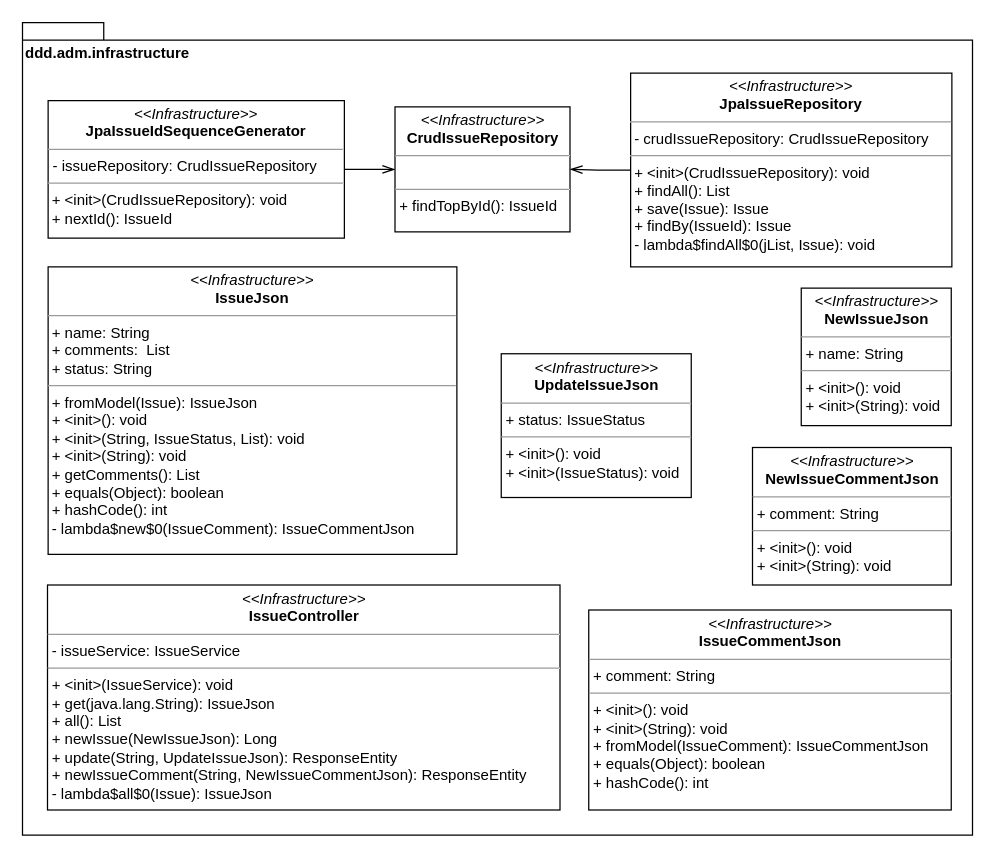
Earlier version of the draw.io diagram page "new-infrastructure" (4 of 7) of gfx/example/ddd/raw/uml-ddd.drawio (DanielKraft/bachelor-thesis). Source tidied: cells renumbered, new cells numbered last; positions are measured from the earlier drawing's top-left corner, leaving out a move shared by most shapes. Both pictures are drawn from the tidied source at 125%, with x=0, y=0 at pixel (22, 22).
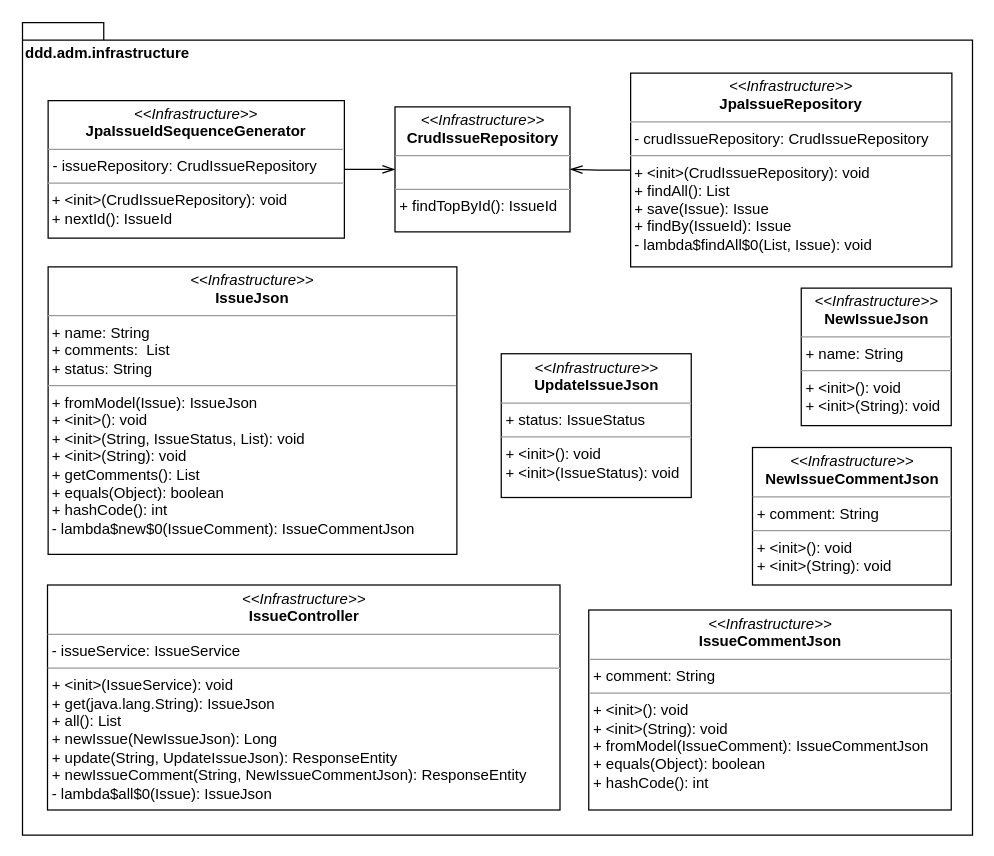
The same page after the edit.

The edit, as a diff of the source:
```diff
@@
 <mxGraphModel>
   <root>
     <mxCell id="0" />
     <mxCell id="1" parent="0" />
     <mxCell id="2" value="ddd.adm.infrastructure" style="shape=folder;fontStyle=1;spacingTop=10;tabWidth=40;tabHeight=14;tabPosition=left;html=1;verticalAlign=top;align=left;" parent="1" vertex="1">
       <mxGeometry x="-0.5" y="-0.5" width="760" height="650" as="geometry" />
     </mxCell>
     <mxCell id="3" value="&lt;p style=&quot;margin: 0px ; margin-top: 4px ; text-align: center&quot;&gt;&lt;i&gt;&amp;lt;&amp;lt;Infrastructure&amp;gt;&amp;gt;&lt;/i&gt;&lt;br&gt;&lt;b&gt;CrudIssueRepository&lt;/b&gt;&lt;/p&gt;&lt;hr size=&quot;1&quot;&gt;&lt;p style=&quot;margin: 0px ; margin-left: 4px&quot;&gt;&lt;br&gt;&lt;/p&gt;&lt;hr size=&quot;1&quot;&gt;&lt;div&gt;&amp;nbsp;+ findTopById(): IssueId&lt;/div&gt;" style="verticalAlign=top;align=left;overflow=fill;fontSize=12;fontFamily=Helvetica;html=1;" parent="1" vertex="1">
       <mxGeometry x="297.5" y="67" width="140" height="100" as="geometry" />
     </mxCell>
     <mxCell id="4" style="edgeStyle=orthogonalEdgeStyle;rounded=0;jettySize=auto;html=1;entryX=0;entryY=0.5;entryDx=0;entryDy=0;endArrow=openThin;endFill=0;endSize=8;startSize=8;" parent="1" edge="1" source="5" target="3">
       <mxGeometry relative="1" as="geometry" />
     </mxCell>
     <mxCell id="5" value="&lt;p style=&quot;margin: 0px ; margin-top: 4px ; text-align: center&quot;&gt;&lt;i&gt;&amp;lt;&amp;lt;Infrastructure&amp;gt;&amp;gt;&lt;/i&gt;&lt;br&gt;&lt;b&gt;JpaIssueIdSequenceGenerator&lt;/b&gt;&lt;/p&gt;&lt;hr size=&quot;1&quot;&gt;&lt;p style=&quot;margin: 0px ; margin-left: 4px&quot;&gt;- issueRepository: CrudIssueRepository&lt;br&gt;&lt;/p&gt;&lt;hr size=&quot;1&quot;&gt;&lt;div&gt;&amp;nbsp;+ &amp;lt;init&amp;gt;(CrudIssueRepository): void&lt;/div&gt;&lt;div&gt;&amp;nbsp;+ nextId(): IssueId&lt;/div&gt;" style="verticalAlign=top;align=left;overflow=fill;fontSize=12;fontFamily=Helvetica;html=1;" parent="1" vertex="1">
       <mxGeometry x="20" y="62" width="237" height="110" as="geometry" />
     </mxCell>
     <mxCell id="6" style="edgeStyle=orthogonalEdgeStyle;rounded=0;jettySize=auto;html=1;startSize=8;endArrow=openThin;endFill=0;endSize=8;entryX=1;entryY=0.5;entryDx=0;entryDy=0;" parent="1" edge="1" source="7" target="3">
       <mxGeometry relative="1" as="geometry">
         <Array as="points">
           <mxPoint x="459.5" y="117.5" />
           <mxPoint x="459.5" y="117.5" />
         </Array>
       </mxGeometry>
     </mxCell>
-    <mxCell id="7" value="&lt;p style=&quot;margin: 0px ; margin-top: 4px ; text-align: center&quot;&gt;&lt;i&gt;&amp;lt;&amp;lt;Infrastructure&amp;gt;&amp;gt;&lt;/i&gt;&lt;br&gt;&lt;b&gt;JpaIssueRepository&lt;/b&gt;&lt;/p&gt;&lt;hr size=&quot;1&quot;&gt;&lt;div&gt;&amp;nbsp;- crudIssueRepository: CrudIssueRepository&lt;/div&gt;&lt;hr size=&quot;1&quot;&gt;&lt;div&gt;&amp;nbsp;+ &amp;lt;init&amp;gt;(CrudIssueRepository): void&lt;/div&gt;&lt;div&gt;&amp;nbsp;+ findAll(): List&lt;/div&gt;&lt;div&gt;&amp;nbsp;+ save(Issue): Issue&lt;/div&gt;&lt;div&gt;&amp;nbsp;+ findBy(IssueId): Issue&lt;/div&gt;&lt;div&gt;&amp;nbsp;- lambda$findAll$0(jList, Issue): void&lt;br&gt;&lt;/div&gt;" style="verticalAlign=top;align=left;overflow=fill;fontSize=12;fontFamily=Helvetica;html=1;" parent="1" vertex="1">
+    <mxCell id="7" value="&lt;p style=&quot;margin: 0px ; margin-top: 4px ; text-align: center&quot;&gt;&lt;i&gt;&amp;lt;&amp;lt;Infrastructure&amp;gt;&amp;gt;&lt;/i&gt;&lt;br&gt;&lt;b&gt;JpaIssueRepository&lt;/b&gt;&lt;/p&gt;&lt;hr size=&quot;1&quot;&gt;&lt;div&gt;&amp;nbsp;- crudIssueRepository: CrudIssueRepository&lt;/div&gt;&lt;hr size=&quot;1&quot;&gt;&lt;div&gt;&amp;nbsp;+ &amp;lt;init&amp;gt;(CrudIssueRepository): void&lt;/div&gt;&lt;div&gt;&amp;nbsp;+ findAll(): List&lt;/div&gt;&lt;div&gt;&amp;nbsp;+ save(Issue): Issue&lt;/div&gt;&lt;div&gt;&amp;nbsp;+ findBy(IssueId): Issue&lt;/div&gt;&lt;div&gt;&amp;nbsp;- lambda$findAll$0(List, Issue): void&lt;br&gt;&lt;/div&gt;" style="verticalAlign=top;align=left;overflow=fill;fontSize=12;fontFamily=Helvetica;html=1;" parent="1" vertex="1">
       <mxGeometry x="486" y="40" width="257" height="155" as="geometry" />
     </mxCell>
     <mxCell id="8" value="&lt;p style=&quot;margin: 0px ; margin-top: 4px ; text-align: center&quot;&gt;&lt;i&gt;&amp;lt;&amp;lt;&lt;/i&gt;&lt;i&gt;&lt;i&gt;Infrastructure&lt;/i&gt;&amp;gt;&amp;gt;&lt;/i&gt;&lt;br&gt;&lt;b&gt;UpdateIssueJson&lt;/b&gt;&lt;/p&gt;&lt;hr size=&quot;1&quot;&gt;&amp;nbsp;+ status: IssueStatus&lt;br&gt;&lt;hr size=&quot;1&quot;&gt;&lt;div&gt;&amp;nbsp;+ &amp;lt;init&amp;gt;(): void&lt;/div&gt;&lt;div&gt;&amp;nbsp;+ &amp;lt;init&amp;gt;(IssueStatus): void&lt;/div&gt;" style="verticalAlign=top;align=left;overflow=fill;fontSize=12;fontFamily=Helvetica;html=1;" parent="1" vertex="1">
       <mxGeometry x="382.5" y="264.5" width="152" height="115" as="geometry" />
     </mxCell>
     <mxCell id="9" value="&lt;p style=&quot;margin: 0px ; margin-top: 4px ; text-align: center&quot;&gt;&lt;i&gt;&amp;lt;&amp;lt;Infrastructure&amp;gt;&amp;gt;&lt;/i&gt;&lt;br&gt;&lt;b&gt;IssueController&lt;/b&gt;&lt;/p&gt;&lt;hr size=&quot;1&quot;&gt;&amp;nbsp;- issueService: IssueService&lt;hr size=&quot;1&quot;&gt;&lt;div&gt;&amp;nbsp;+ &amp;lt;init&amp;gt;(IssueService): void&lt;/div&gt;&lt;div&gt;&amp;nbsp;+ get(java.lang.String): IssueJson&lt;/div&gt;&lt;div&gt;&amp;nbsp;+ all(): List&lt;/div&gt;&lt;div&gt;&amp;nbsp;+ newIssue(NewIssueJson): Long&lt;/div&gt;&lt;div&gt;&amp;nbsp;+ update(String, UpdateIssueJson): ResponseEntity&lt;/div&gt;&lt;div&gt;&amp;nbsp;+ newIssueComment(String, NewIssueCommentJson): ResponseEntity&lt;/div&gt;&lt;div&gt;&amp;nbsp;- lambda$all$0(Issue): IssueJson&lt;/div&gt;" style="verticalAlign=top;align=left;overflow=fill;fontSize=12;fontFamily=Helvetica;html=1;" parent="1" vertex="1">
       <mxGeometry x="19.5" y="449.5" width="410" height="180" as="geometry" />
     </mxCell>
     <mxCell id="10" value="&lt;p style=&quot;margin: 0px ; margin-top: 4px ; text-align: center&quot;&gt;&lt;i&gt;&amp;lt;&amp;lt;&lt;/i&gt;&lt;i&gt;&lt;i&gt;Infrastructure&lt;/i&gt;&amp;gt;&amp;gt;&lt;/i&gt;&lt;br&gt;&lt;b&gt;NewIssueJson&lt;/b&gt;&lt;/p&gt;&lt;hr size=&quot;1&quot;&gt;&amp;nbsp;+ name: String&lt;br&gt;&lt;hr size=&quot;1&quot;&gt;&lt;div&gt;&amp;nbsp;+ &amp;lt;init&amp;gt;(): void&lt;/div&gt;&lt;div&gt;&amp;nbsp;+ &amp;lt;init&amp;gt;(String): void&lt;/div&gt;" style="verticalAlign=top;align=left;overflow=fill;fontSize=12;fontFamily=Helvetica;html=1;" parent="1" vertex="1">
       <mxGeometry x="622.5" y="212" width="120" height="110" as="geometry" />
     </mxCell>
     <mxCell id="11" value="&lt;p style=&quot;margin: 0px ; margin-top: 4px ; text-align: center&quot;&gt;&lt;i&gt;&amp;lt;&amp;lt;&lt;/i&gt;&lt;i&gt;&lt;i&gt;Infrastructure&lt;/i&gt;&amp;gt;&amp;gt;&lt;/i&gt;&lt;br&gt;&lt;b&gt;NewIssueCommentJson&lt;/b&gt;&lt;/p&gt;&lt;hr size=&quot;1&quot;&gt;&amp;nbsp;+ comment: String&lt;br&gt;&lt;hr size=&quot;1&quot;&gt;&lt;div&gt;&amp;nbsp;+ &amp;lt;init&amp;gt;(): void&lt;/div&gt;&lt;div&gt;&amp;nbsp;+ &amp;lt;init&amp;gt;(String): void&lt;/div&gt;" style="verticalAlign=top;align=left;overflow=fill;fontSize=12;fontFamily=Helvetica;html=1;" parent="1" vertex="1">
       <mxGeometry x="583.5" y="339.5" width="159" height="110" as="geometry" />
     </mxCell>
     <mxCell id="12" value="&lt;p style=&quot;margin: 0px ; margin-top: 4px ; text-align: center&quot;&gt;&lt;i&gt;&amp;lt;&amp;lt;&lt;/i&gt;&lt;i&gt;&lt;i&gt;Infrastructure&lt;/i&gt;&amp;gt;&amp;gt;&lt;/i&gt;&lt;br&gt;&lt;b&gt;IssueCommentJson&lt;/b&gt;&lt;/p&gt;&lt;hr size=&quot;1&quot;&gt;&amp;nbsp;+ comment: String&lt;br&gt;&lt;hr size=&quot;1&quot;&gt;&lt;div&gt;&amp;nbsp;+ &amp;lt;init&amp;gt;(): void&lt;/div&gt;&lt;div&gt;&amp;nbsp;+ &amp;lt;init&amp;gt;(String): void&lt;/div&gt;&lt;div&gt;&amp;nbsp;+ fromModel(IssueComment): IssueCommentJson&lt;/div&gt;&lt;div&gt;&amp;nbsp;+ equals(Object): boolean&lt;/div&gt;&lt;div&gt;&amp;nbsp;+ hashCode(): int&lt;br&gt;&lt;/div&gt;" style="verticalAlign=top;align=left;overflow=fill;fontSize=12;fontFamily=Helvetica;html=1;" parent="1" vertex="1">
       <mxGeometry x="452.5" y="469.5" width="290" height="160" as="geometry" />
     </mxCell>
     <mxCell id="13" value="&lt;p style=&quot;margin: 0px ; margin-top: 4px ; text-align: center&quot;&gt;&lt;i&gt;&amp;lt;&amp;lt;&lt;/i&gt;&lt;i&gt;&lt;i&gt;Infrastructure&lt;/i&gt;&amp;gt;&amp;gt;&lt;/i&gt;&lt;br&gt;&lt;b&gt;IssueJson&lt;/b&gt;&lt;/p&gt;&lt;hr size=&quot;1&quot;&gt;&lt;div&gt;&amp;nbsp;+ name: String&lt;/div&gt;&lt;div&gt;&amp;nbsp;+ comments:&amp;nbsp; List&lt;/div&gt;&lt;div&gt;&amp;nbsp;+ status: String&lt;/div&gt;&lt;hr size=&quot;1&quot;&gt;&lt;div&gt;&amp;nbsp;+ fromModel(Issue): IssueJson&lt;/div&gt;&lt;div&gt;&amp;nbsp;+ &amp;lt;init&amp;gt;(): void&lt;/div&gt;&lt;div&gt;&amp;nbsp;+ &amp;lt;init&amp;gt;(String, IssueStatus, List): void&lt;/div&gt;&lt;div&gt;&amp;nbsp;+ &amp;lt;init&amp;gt;(String): void&lt;/div&gt;&lt;div&gt;&amp;nbsp;+ getComments(): List&lt;/div&gt;&lt;div&gt;&amp;nbsp;+ equals(Object): boolean&lt;/div&gt;&lt;div&gt;&amp;nbsp;+ hashCode(): int&lt;/div&gt;&lt;div&gt;&amp;nbsp;- lambda$new$0(IssueComment): IssueCommentJson&lt;/div&gt;" style="verticalAlign=top;align=left;overflow=fill;fontSize=12;fontFamily=Helvetica;html=1;" parent="1" vertex="1">
       <mxGeometry x="20" y="195" width="327" height="230" as="geometry" />
     </mxCell>
   </root>
 </mxGraphModel>
```
